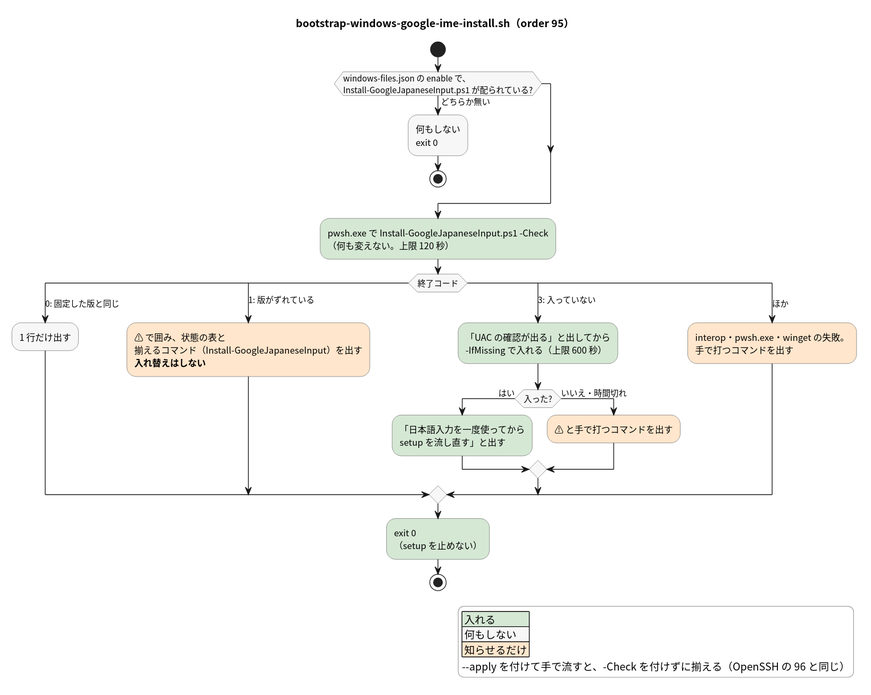
Above: docs/adr/017_win_apps_winget_20261012T115007JST/plantuml/out/02_ime_install.svg in pollenjp/dotfiles (PlantUML), before the change. The source it was exported from:
```plantuml
@startuml
skinparam backgroundColor #FFFFFF
skinparam defaultFontName "Noto Sans CJK JP"
skinparam shadowing false
skinparam activity {
  BackgroundColor #D5E8D4
  BorderColor #666666
  DiamondBackgroundColor #F7F7F7
  DiamondBorderColor #666666
}
skinparam legend {
  BackgroundColor #FFFFFF
  BorderColor #AAAAAA
}

title bootstrap-windows-google-ime-install.sh（order 95）

start
if (windows-files.json の enable で、\nInstall-GoogleJapaneseInput.ps1 が配られている?) then (どちらか無い)
  :何もしない\nexit 0; <<#F7F7F7>>
  stop
endif
:pwsh.exe で Install-GoogleJapaneseInput.ps1 -Check\n（何も変えない。上限 120 秒）;
switch (終了コード)
case (0: 固定した版と同じ)
  :1 行だけ出す; <<#F7F7F7>>
case (1: 版がずれている)
  :⚠ で囲み、状態の表と\n揃えるコマンド（Install-GoogleJapaneseInput）を出す\n**入れ替えはしない**; <<#FFE6CC>>
case (3: 入っていない)
  :「UAC の確認が出る」と出してから\n-IfMissing で入れる（上限 600 秒）;
  if (入った?) then (はい)
    :「日本語入力を一度使ってから\nsetup を流し直す」と出す;
  else (いいえ・時間切れ)
    :⚠ と手で打つコマンドを出す; <<#FFE6CC>>
  endif
case (ほか)
  :interop・pwsh.exe・winget の失敗。\n手で打つコマンドを出す; <<#FFE6CC>>
endswitch
:exit 0\n（setup を止めない）;
stop

legend right
  |<#D5E8D4> 入れる |
  |<#F7F7F7> 何もしない |
  |<#FFE6CC> 知らせるだけ |
  --apply を付けて手で流すと、-Check を付けずに揃える（OpenSSH の 96 と同じ）
endlegend
@enduml
```
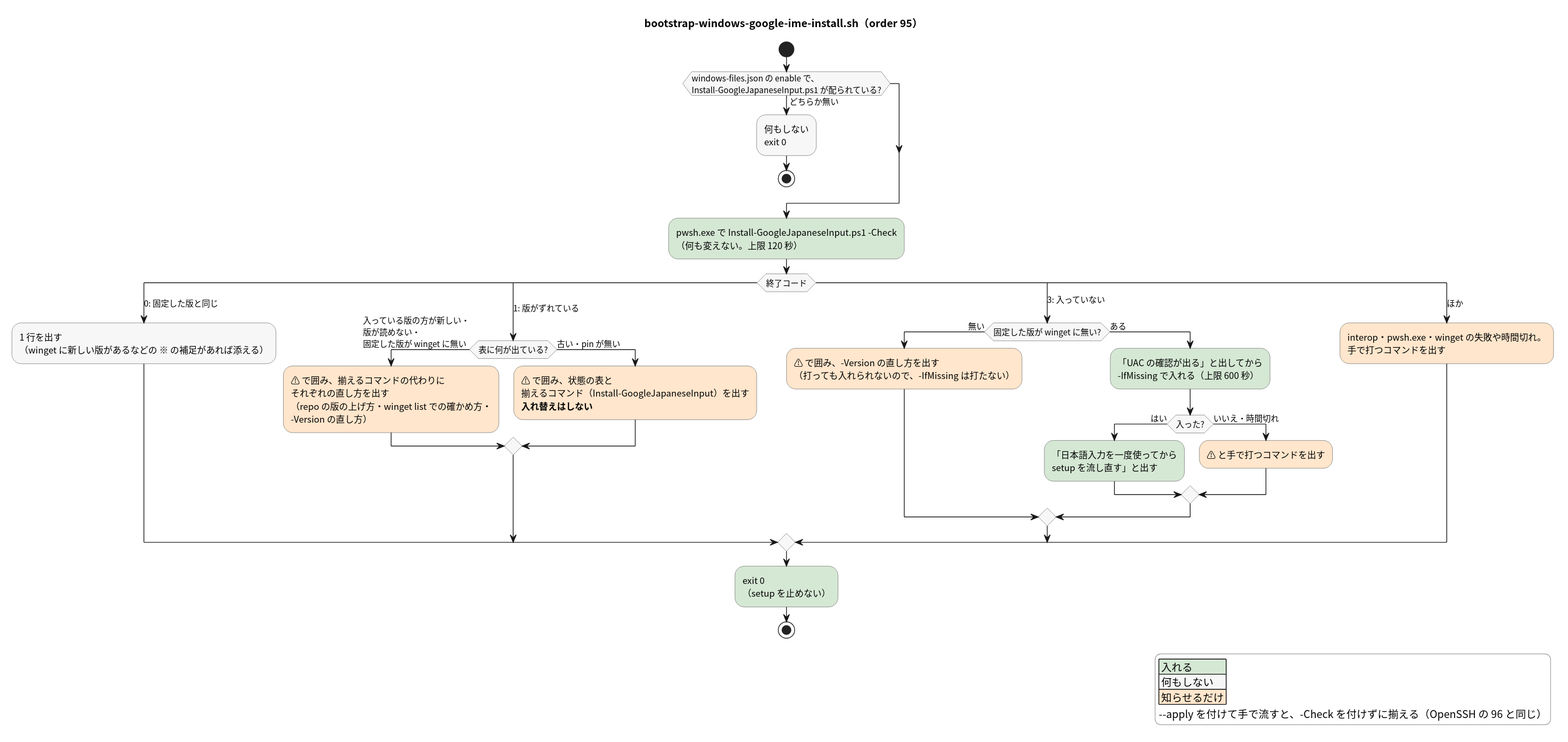
Above is the later version.

Commit message:
docs(adr): ADR 017 の 95 の図に、fix round で足した分かれ方を描く (TKT-143)

揃っているときは ※ の補足も添えること、版がずれているときに直し方だけを出す 3 つの場合
(入っている版の方が新しい・版が読めない・固定した版が winget に無い)、入っていなくても
固定した版が winget に無ければ -IfMissing を打たないこと、時間切れを図に足す。

Claude-Session: https://claude.ai/code/session_01YSF6gCGyvBHzRBtjbB61Fm

What changed in the source:
```diff
@@ -23,18 +23,26 @@
 :pwsh.exe で Install-GoogleJapaneseInput.ps1 -Check\n（何も変えない。上限 120 秒）;
 switch (終了コード)
 case (0: 固定した版と同じ)
-  :1 行だけ出す; <<#F7F7F7>>
+  :1 行を出す\n（winget に新しい版があるなどの ※ の補足があれば添える）; <<#F7F7F7>>
 case (1: 版がずれている)
-  :⚠ で囲み、状態の表と\n揃えるコマンド（Install-GoogleJapaneseInput）を出す\n**入れ替えはしない**; <<#FFE6CC>>
+  if (表に何が出ている?) then (入っている版の方が新しい・\n版が読めない・\n固定した版が winget に無い)
+    :⚠ で囲み、揃えるコマンドの代わりに\nそれぞれの直し方を出す\n（repo の版の上げ方・winget list での確かめ方・\n-Version の直し方）; <<#FFE6CC>>
+  else (古い・pin が無い)
+    :⚠ で囲み、状態の表と\n揃えるコマンド（Install-GoogleJapaneseInput）を出す\n**入れ替えはしない**; <<#FFE6CC>>
+  endif
 case (3: 入っていない)
-  :「UAC の確認が出る」と出してから\n-IfMissing で入れる（上限 600 秒）;
-  if (入った?) then (はい)
-    :「日本語入力を一度使ってから\nsetup を流し直す」と出す;
-  else (いいえ・時間切れ)
-    :⚠ と手で打つコマンドを出す; <<#FFE6CC>>
+  if (固定した版が winget に無い?) then (無い)
+    :⚠ で囲み、-Version の直し方を出す\n（打っても入れられないので、-IfMissing は打たない）; <<#FFE6CC>>
+  else (ある)
+    :「UAC の確認が出る」と出してから\n-IfMissing で入れる（上限 600 秒）;
+    if (入った?) then (はい)
+      :「日本語入力を一度使ってから\nsetup を流し直す」と出す;
+    else (いいえ・時間切れ)
+      :⚠ と手で打つコマンドを出す; <<#FFE6CC>>
+    endif
   endif
 case (ほか)
-  :interop・pwsh.exe・winget の失敗。\n手で打つコマンドを出す; <<#FFE6CC>>
+  :interop・pwsh.exe・winget の失敗や時間切れ。\n手で打つコマンドを出す; <<#FFE6CC>>
 endswitch
 :exit 0\n（setup を止めない）;
 stop
```
